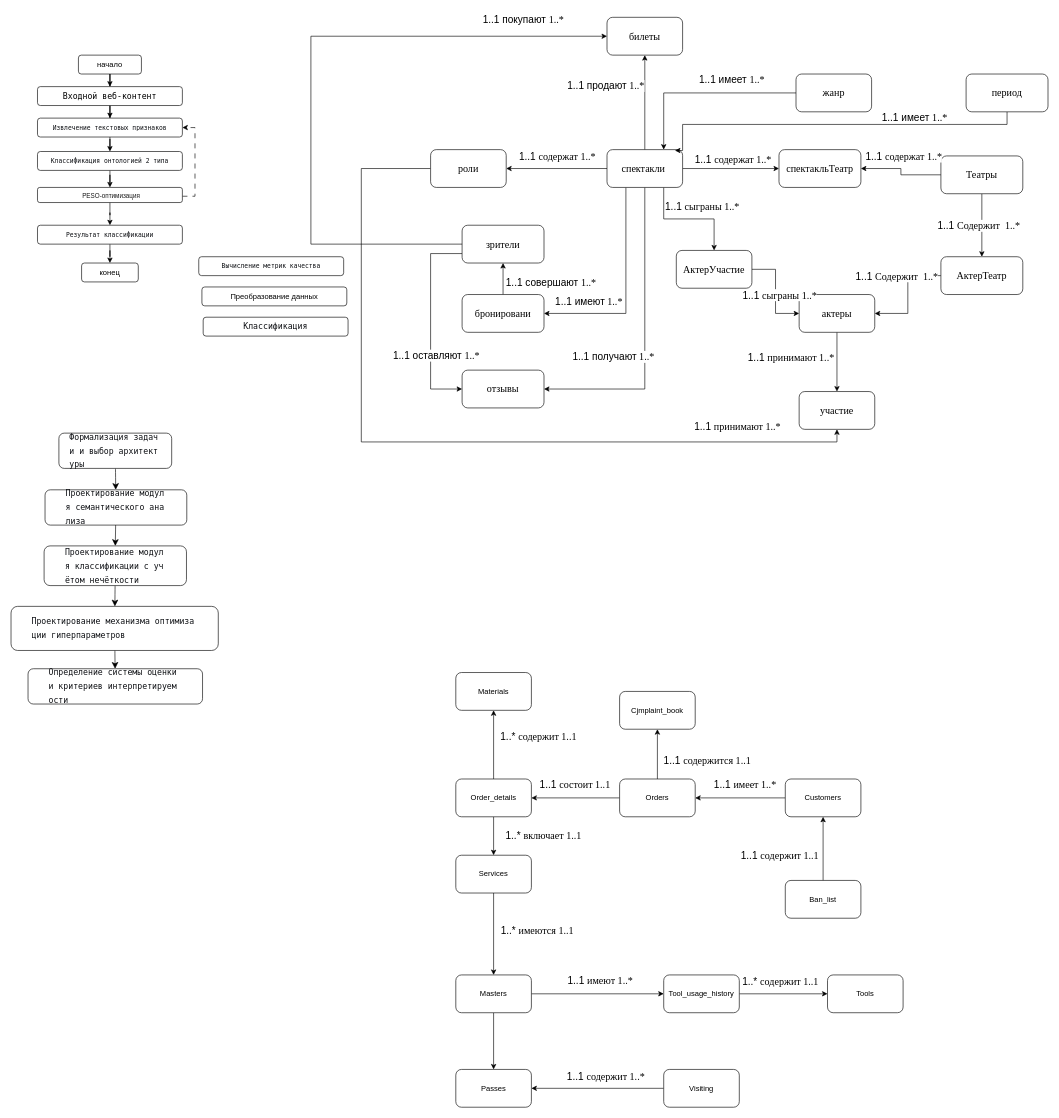
The draw.io diagram без названия.drawio in Verina19/Practica_4, before the edit. Source tidied: cells renumbered, new cells numbered last; positions are measured from the earlier drawing's top-left corner, leaving out a move shared by most shapes. Both pictures are drawn from the tidied source at 63%, with x=0, y=0 at pixel (11, 11).
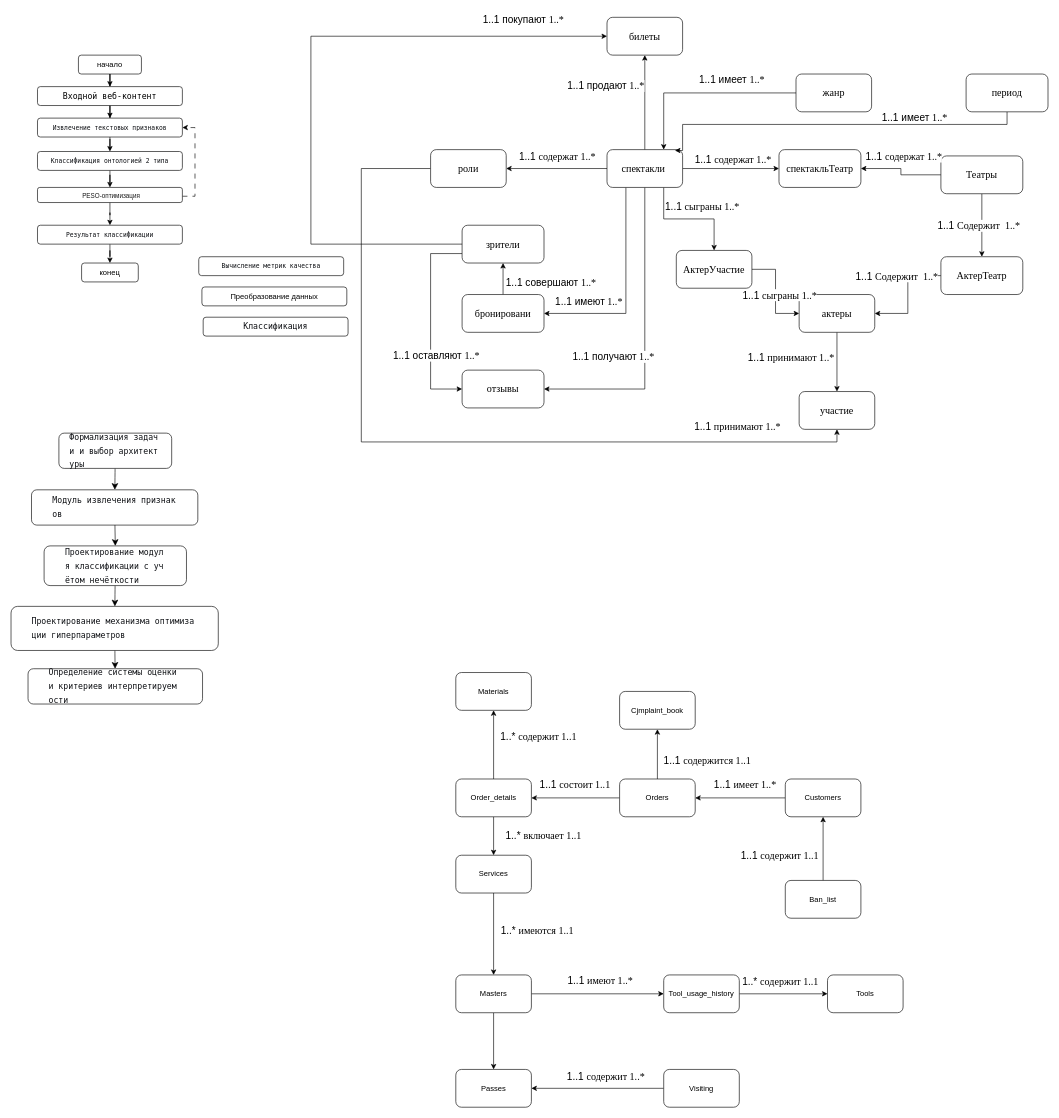
The same page after the edit.

Change to the diagram source:
```diff
@@
-    <mxCell id="105" value="&lt;pre style=&quot;font-variant-numeric: normal; font-variant-east-asian: normal; font-variant-alternates: normal; font-size-adjust: none; font-kerning: auto; font-optical-sizing: auto; font-feature-settings: normal; font-variation-settings: normal; font-variant-position: normal; font-variant-emoji: normal; font-stretch: normal; font-size: 13px; line-height: 22px; font-family: Menlo, Monaco, Consolas, &amp;quot;Cascadia Mono&amp;quot;, &amp;quot;Ubuntu Mono&amp;quot;, &amp;quot;DejaVu Sans Mono&amp;quot;, &amp;quot;Liberation Mono&amp;quot;, &amp;quot;JetBrains Mono&amp;quot;, &amp;quot;Fira Code&amp;quot;, Cousine, &amp;quot;Roboto Mono&amp;quot;, &amp;quot;Courier New&amp;quot;, Courier, sans-serif, system-ui; overflow: auto; text-wrap-mode: wrap; word-break: break-all; padding: 16px; color: rgb(15, 17, 21); text-align: start; margin: 0px !important;&quot;&gt;&lt;pre style=&quot;font-variant-numeric: normal; font-variant-east-asian: normal; font-variant-alternates: normal; font-size-adjust: none; font-kerning: auto; font-optical-sizing: auto; font-feature-settings: normal; font-variation-settings: normal; font-variant-position: normal; font-variant-emoji: normal; font-stretch: normal; line-height: 22px; font-family: Menlo, Monaco, Consolas, &amp;quot;Cascadia Mono&amp;quot;, &amp;quot;Ubuntu Mono&amp;quot;, &amp;quot;DejaVu Sans Mono&amp;quot;, &amp;quot;Liberation Mono&amp;quot;, &amp;quot;JetBrains Mono&amp;quot;, &amp;quot;Fira Code&amp;quot;, Cousine, &amp;quot;Roboto Mono&amp;quot;, &amp;quot;Courier New&amp;quot;, Courier, sans-serif, system-ui; overflow: auto; text-wrap-mode: wrap; word-break: break-all; padding: 16px; margin: 0px !important;&quot;&gt;Проектирование модуля семантического анализа&lt;/pre&gt;&lt;/pre&gt;" style="rounded=1;whiteSpace=wrap;html=1;" parent="1" vertex="1">
-      <mxGeometry x="54" y="760" width="225" height="56" as="geometry" />
+    <mxCell id="105" value="&lt;pre style=&quot;font-variant-numeric: normal; font-variant-east-asian: normal; font-variant-alternates: normal; font-size-adjust: none; font-kerning: auto; font-optical-sizing: auto; font-feature-settings: normal; font-variation-settings: normal; font-variant-position: normal; font-variant-emoji: normal; font-stretch: normal; font-size: 13px; line-height: 22px; font-family: Menlo, Monaco, Consolas, &amp;quot;Cascadia Mono&amp;quot;, &amp;quot;Ubuntu Mono&amp;quot;, &amp;quot;DejaVu Sans Mono&amp;quot;, &amp;quot;Liberation Mono&amp;quot;, &amp;quot;JetBrains Mono&amp;quot;, &amp;quot;Fira Code&amp;quot;, Cousine, &amp;quot;Roboto Mono&amp;quot;, &amp;quot;Courier New&amp;quot;, Courier, sans-serif, system-ui; overflow: auto; text-wrap-mode: wrap; word-break: break-all; padding: 16px; color: rgb(15, 17, 21); text-align: start; margin: 0px !important;&quot;&gt;&lt;pre style=&quot;font-variant-numeric: normal; font-variant-east-asian: normal; font-variant-alternates: normal; font-size-adjust: none; font-kerning: auto; font-optical-sizing: auto; font-feature-settings: normal; font-variation-settings: normal; font-variant-position: normal; font-variant-emoji: normal; font-stretch: normal; line-height: 22px; font-family: Menlo, Monaco, Consolas, &amp;quot;Cascadia Mono&amp;quot;, &amp;quot;Ubuntu Mono&amp;quot;, &amp;quot;DejaVu Sans Mono&amp;quot;, &amp;quot;Liberation Mono&amp;quot;, &amp;quot;JetBrains Mono&amp;quot;, &amp;quot;Fira Code&amp;quot;, Cousine, &amp;quot;Roboto Mono&amp;quot;, &amp;quot;Courier New&amp;quot;, Courier, sans-serif, system-ui; overflow: auto; text-wrap-mode: wrap; word-break: break-all; padding: 16px; margin: 0px !important;&quot;&gt;Модуль извлечения признаков&lt;/pre&gt;&lt;/pre&gt;" style="rounded=1;whiteSpace=wrap;html=1;" parent="1" vertex="1">
+      <mxGeometry x="32.5" y="760" width="264" height="56" as="geometry" />
     </mxCell>
```
